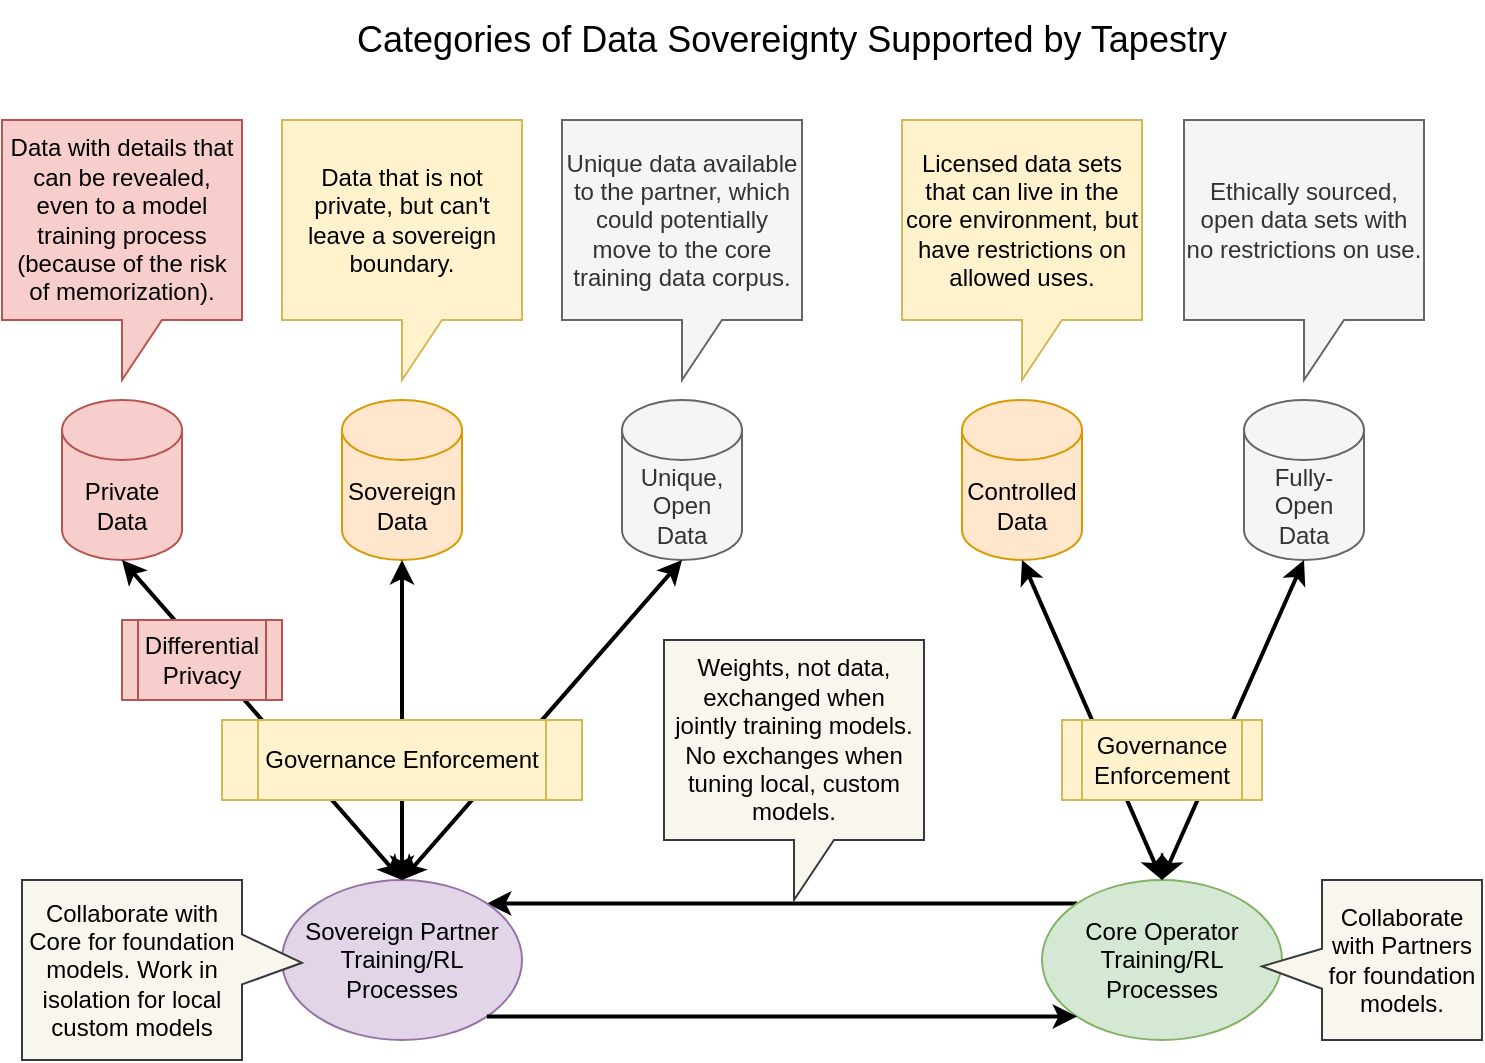
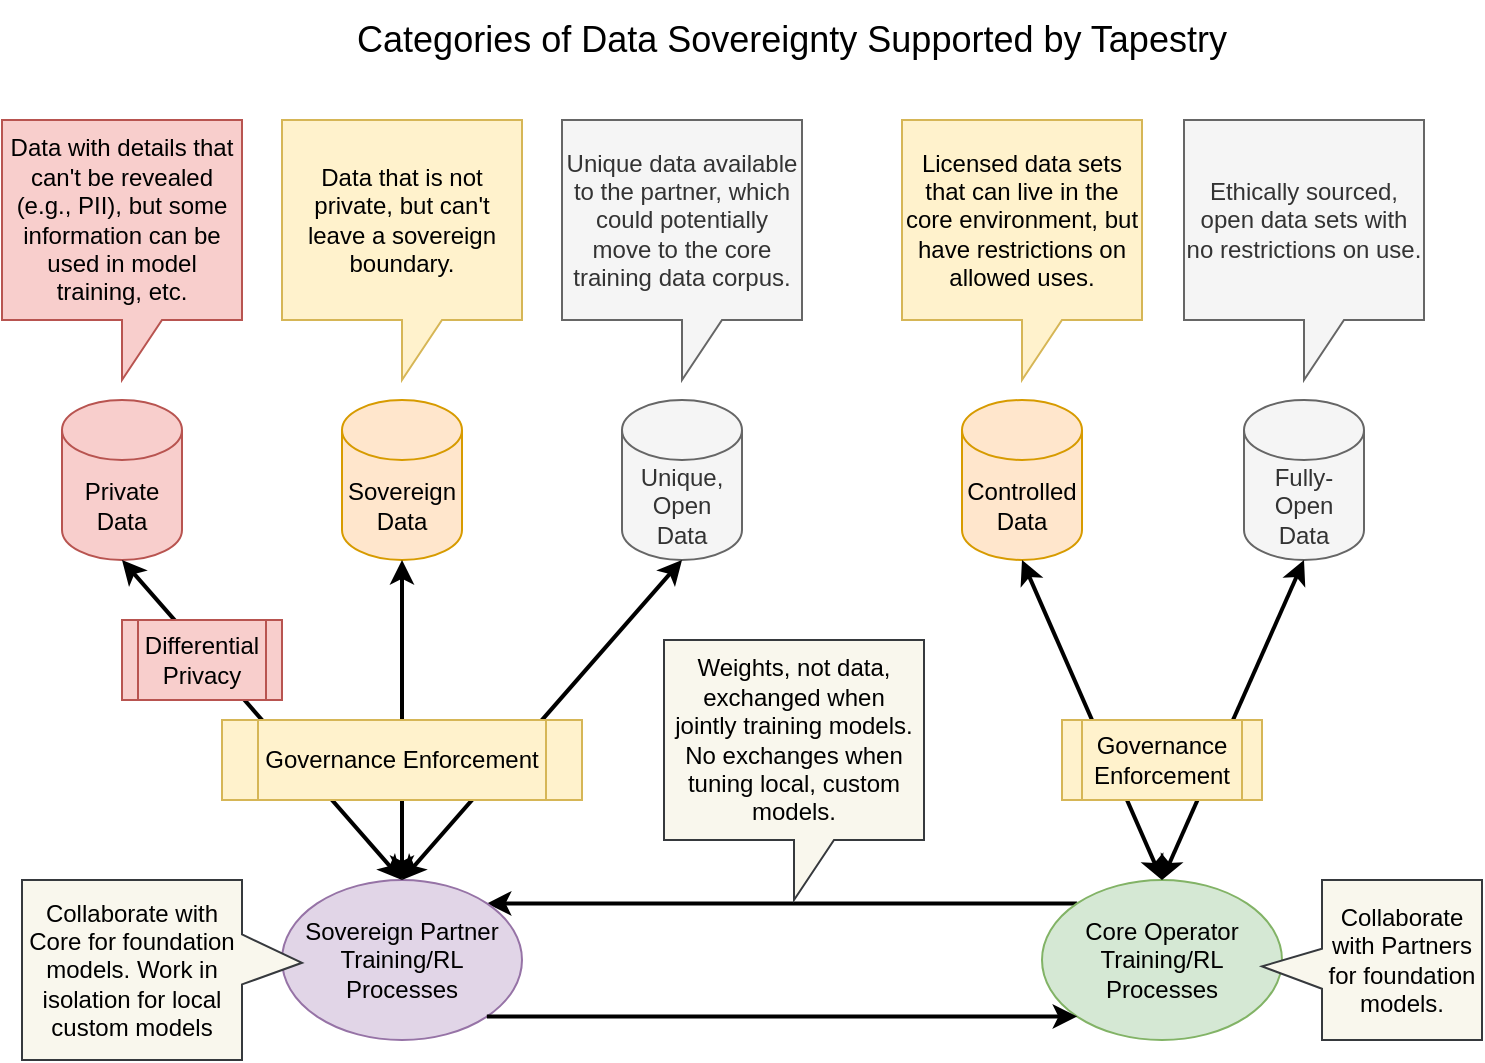
<mxfile host="Electron">
  <diagram name="Page-1" id="5GKT-VihkCmrRgoHBOGI">
    <mxGraphModel dx="1926" dy="1206" grid="1" gridSize="10" guides="1" tooltips="1" connect="1" arrows="1" fold="1" page="1" pageScale="1" pageWidth="850" pageHeight="1100" math="0" shadow="0">
      <root>
        <mxCell id="0" />
        <mxCell id="1" parent="0" />
        <mxCell id="syFpzNw0Nt3ccXYTVD9k-30" edge="1" parent="1" source="syFpzNw0Nt3ccXYTVD9k-2" style="edgeStyle=none;rounded=0;orthogonalLoop=1;jettySize=auto;html=1;exitX=0;exitY=0;exitDx=0;exitDy=0;entryX=1;entryY=0;entryDx=0;entryDy=0;strokeWidth=2;" target="syFpzNw0Nt3ccXYTVD9k-3">
          <mxGeometry relative="1" as="geometry" />
        </mxCell>
        <mxCell id="syFpzNw0Nt3ccXYTVD9k-2" parent="1" style="ellipse;whiteSpace=wrap;html=1;fillColor=#d5e8d4;strokeColor=#82b366;" value="Core Operator Training/RL Processes" vertex="1">
          <mxGeometry height="80" width="120" x="580" y="480" as="geometry" />
        </mxCell>
        <mxCell id="syFpzNw0Nt3ccXYTVD9k-3" parent="1" style="ellipse;whiteSpace=wrap;html=1;fillColor=#e1d5e7;strokeColor=#9673a6;" value="Sovereign Partner Training/RL Processes" vertex="1">
          <mxGeometry height="80" width="120" x="200" y="480" as="geometry" />
        </mxCell>
        <mxCell id="syFpzNw0Nt3ccXYTVD9k-4" parent="1" style="shape=cylinder3;whiteSpace=wrap;html=1;boundedLbl=1;backgroundOutline=1;size=15;fillColor=#f8cecc;strokeColor=#b85450;" value="Private&lt;div&gt;Data&lt;/div&gt;" vertex="1">
          <mxGeometry height="80" width="60" x="90" y="240" as="geometry" />
        </mxCell>
        <mxCell id="syFpzNw0Nt3ccXYTVD9k-6" edge="1" parent="1" source="syFpzNw0Nt3ccXYTVD9k-3" style="endArrow=classic;startArrow=classic;html=1;rounded=0;entryX=0.5;entryY=1;entryDx=0;entryDy=0;entryPerimeter=0;exitX=0.5;exitY=0;exitDx=0;exitDy=0;strokeWidth=2;" target="syFpzNw0Nt3ccXYTVD9k-4" value="">
          <mxGeometry height="50" relative="1" width="50" as="geometry">
            <mxPoint x="420" y="500" as="sourcePoint" />
            <mxPoint x="470" y="450" as="targetPoint" />
          </mxGeometry>
        </mxCell>
        <mxCell id="syFpzNw0Nt3ccXYTVD9k-5" parent="1" style="shape=process;whiteSpace=wrap;html=1;backgroundOutline=1;fillColor=#f8cecc;strokeColor=#b85450;" value="Differential Privacy" vertex="1">
          <mxGeometry height="40" width="80" x="120" y="350" as="geometry" />
        </mxCell>
        <mxCell id="syFpzNw0Nt3ccXYTVD9k-7" parent="1" style="shape=cylinder3;whiteSpace=wrap;html=1;boundedLbl=1;backgroundOutline=1;size=15;fillColor=#ffe6cc;strokeColor=#d79b00;" value="Sovereign Data" vertex="1">
          <mxGeometry height="80" width="60" x="230" y="240" as="geometry" />
        </mxCell>
        <mxCell id="syFpzNw0Nt3ccXYTVD9k-8" edge="1" parent="1" source="syFpzNw0Nt3ccXYTVD9k-3" style="endArrow=classic;startArrow=classic;html=1;rounded=0;entryX=0.5;entryY=1;entryDx=0;entryDy=0;entryPerimeter=0;exitX=0.5;exitY=0;exitDx=0;exitDy=0;strokeWidth=2;" target="syFpzNw0Nt3ccXYTVD9k-7" value="">
          <mxGeometry height="50" relative="1" width="50" as="geometry">
            <mxPoint x="260" y="440" as="sourcePoint" />
            <mxPoint x="570" y="450" as="targetPoint" />
          </mxGeometry>
        </mxCell>
        <mxCell id="syFpzNw0Nt3ccXYTVD9k-10" parent="1" style="shape=cylinder3;whiteSpace=wrap;html=1;boundedLbl=1;backgroundOutline=1;size=15;fillColor=#f5f5f5;strokeColor=#666666;fontColor=#333333;" value="Unique, Open Data" vertex="1">
          <mxGeometry height="80" width="60" x="370" y="240" as="geometry" />
        </mxCell>
        <mxCell id="syFpzNw0Nt3ccXYTVD9k-11" edge="1" parent="1" source="syFpzNw0Nt3ccXYTVD9k-3" style="endArrow=classic;startArrow=classic;html=1;rounded=0;entryX=0.5;entryY=1;entryDx=0;entryDy=0;entryPerimeter=0;exitX=0.5;exitY=0;exitDx=0;exitDy=0;strokeWidth=2;" target="syFpzNw0Nt3ccXYTVD9k-10" value="">
          <mxGeometry height="50" relative="1" width="50" as="geometry">
            <mxPoint x="310" y="460" as="sourcePoint" />
            <mxPoint x="660" y="470" as="targetPoint" />
          </mxGeometry>
        </mxCell>
-         <mxCell id="syFpzNw0Nt3ccXYTVD9k-12" parent="1" style="shape=callout;whiteSpace=wrap;html=1;perimeter=calloutPerimeter;fillColor=#f8cecc;strokeColor=#b85450;" value="Data with details that can be revealed, even to a model training process (because of the risk of memorization)." vertex="1">
+         <mxCell id="syFpzNw0Nt3ccXYTVD9k-12" parent="1" style="shape=callout;whiteSpace=wrap;html=1;perimeter=calloutPerimeter;fillColor=#f8cecc;strokeColor=#b85450;" value="Data with details that can&#39;t be revealed (e.g., PII), but some information can be used in model training, etc." vertex="1">
          <mxGeometry height="130" width="120" x="60" y="100" as="geometry" />
        </mxCell>
        <mxCell id="syFpzNw0Nt3ccXYTVD9k-13" parent="1" style="shape=callout;whiteSpace=wrap;html=1;perimeter=calloutPerimeter;fillColor=#fff2cc;strokeColor=#d6b656;" value="Data that is not private, but can&#39;t leave a sovereign boundary." vertex="1">
          <mxGeometry height="130" width="120" x="200" y="100" as="geometry" />
        </mxCell>
        <mxCell id="syFpzNw0Nt3ccXYTVD9k-14" parent="1" style="shape=callout;whiteSpace=wrap;html=1;perimeter=calloutPerimeter;fillColor=#f5f5f5;strokeColor=#666666;fontColor=#333333;" value="Unique data available to the partner, which could potentially move to the core training data corpus." vertex="1">
          <mxGeometry height="130" width="120" x="340" y="100" as="geometry" />
        </mxCell>
        <mxCell id="syFpzNw0Nt3ccXYTVD9k-15" parent="1" style="shape=cylinder3;whiteSpace=wrap;html=1;boundedLbl=1;backgroundOutline=1;size=15;fillColor=#f5f5f5;strokeColor=#666666;fontColor=#333333;" value="Fully- Open Data" vertex="1">
          <mxGeometry height="80" width="60" x="681" y="240" as="geometry" />
        </mxCell>
        <mxCell id="syFpzNw0Nt3ccXYTVD9k-16" parent="1" style="shape=callout;whiteSpace=wrap;html=1;perimeter=calloutPerimeter;fillColor=#f5f5f5;strokeColor=#666666;fontColor=#333333;" value="Ethically sourced, open data sets with no restrictions on use." vertex="1">
          <mxGeometry height="130" width="120" x="651" y="100" as="geometry" />
        </mxCell>
        <mxCell id="syFpzNw0Nt3ccXYTVD9k-17" parent="1" style="shape=cylinder3;whiteSpace=wrap;html=1;boundedLbl=1;backgroundOutline=1;size=15;fillColor=#ffe6cc;strokeColor=#d79b00;" value="Controlled Data" vertex="1">
          <mxGeometry height="80" width="60" x="540" y="240" as="geometry" />
        </mxCell>
        <mxCell id="syFpzNw0Nt3ccXYTVD9k-18" edge="1" parent="1" source="syFpzNw0Nt3ccXYTVD9k-2" style="endArrow=classic;startArrow=classic;html=1;rounded=0;entryX=0.5;entryY=1;entryDx=0;entryDy=0;entryPerimeter=0;exitX=0.5;exitY=0;exitDx=0;exitDy=0;strokeWidth=2;" target="syFpzNw0Nt3ccXYTVD9k-17" value="">
          <mxGeometry height="50" relative="1" width="50" as="geometry">
            <mxPoint x="550" y="400" as="sourcePoint" />
            <mxPoint x="860" y="450" as="targetPoint" />
          </mxGeometry>
        </mxCell>
        <mxCell id="syFpzNw0Nt3ccXYTVD9k-19" parent="1" style="shape=callout;whiteSpace=wrap;html=1;perimeter=calloutPerimeter;fillColor=#fff2cc;strokeColor=#d6b656;" value="Licensed data sets that can live in the core environment, but have restrictions on allowed uses." vertex="1">
          <mxGeometry height="130" width="120" x="510" y="100" as="geometry" />
        </mxCell>
        <mxCell id="syFpzNw0Nt3ccXYTVD9k-20" edge="1" parent="1" source="syFpzNw0Nt3ccXYTVD9k-2" style="endArrow=classic;startArrow=classic;html=1;rounded=0;entryX=0.5;entryY=1;entryDx=0;entryDy=0;entryPerimeter=0;exitX=0.5;exitY=0;exitDx=0;exitDy=0;strokeWidth=2;" target="syFpzNw0Nt3ccXYTVD9k-15" value="">
          <mxGeometry height="50" relative="1" width="50" as="geometry">
            <mxPoint x="780" y="420" as="sourcePoint" />
            <mxPoint x="710" y="340" as="targetPoint" />
          </mxGeometry>
        </mxCell>
        <mxCell id="syFpzNw0Nt3ccXYTVD9k-21" parent="1" style="shape=process;whiteSpace=wrap;html=1;backgroundOutline=1;fillColor=#fff2cc;strokeColor=#d6b656;" value="Governance Enforcement" vertex="1">
          <mxGeometry height="40" width="180" x="170" y="400" as="geometry" />
        </mxCell>
        <mxCell id="syFpzNw0Nt3ccXYTVD9k-22" parent="1" style="shape=process;whiteSpace=wrap;html=1;backgroundOutline=1;fillColor=#fff2cc;strokeColor=#d6b656;" value="Governance Enforcement" vertex="1">
          <mxGeometry height="40" width="100" x="590" y="400" as="geometry" />
        </mxCell>
        <mxCell id="syFpzNw0Nt3ccXYTVD9k-24" parent="1" style="text;html=1;whiteSpace=wrap;strokeColor=none;fillColor=none;align=center;verticalAlign=middle;rounded=0;autosize=1;resizable=0;" value="&lt;font style=&quot;font-size: 18px;&quot;&gt;Categories of Data Sovereignty Supported by Tapestry&lt;/font&gt;" vertex="1">
          <mxGeometry height="40" width="460" x="225" y="40" as="geometry" />
        </mxCell>
        <mxCell id="syFpzNw0Nt3ccXYTVD9k-31" edge="1" parent="1" source="syFpzNw0Nt3ccXYTVD9k-3" style="edgeStyle=none;rounded=0;orthogonalLoop=1;jettySize=auto;html=1;exitX=1;exitY=1;exitDx=0;exitDy=0;entryX=0;entryY=1;entryDx=0;entryDy=0;strokeWidth=2;" target="syFpzNw0Nt3ccXYTVD9k-2">
          <mxGeometry relative="1" as="geometry">
            <mxPoint x="676" y="580" as="sourcePoint" />
            <mxPoint x="360" y="580" as="targetPoint" />
          </mxGeometry>
        </mxCell>
        <mxCell id="syFpzNw0Nt3ccXYTVD9k-33" parent="1" style="shape=callout;whiteSpace=wrap;html=1;perimeter=calloutPerimeter;fillColor=#f9f7ed;strokeColor=#36393d;" value="&lt;span style=&quot;color: rgb(0, 0, 0);&quot;&gt;Weights, not data, exchanged when&lt;/span&gt;&lt;div style=&quot;color: rgb(0, 0, 0);&quot;&gt;jointly training models. No exchanges when tuning local, custom models.&lt;/div&gt;" vertex="1">
          <mxGeometry height="130" width="130" x="391" y="360" as="geometry" />
        </mxCell>
        <mxCell id="syFpzNw0Nt3ccXYTVD9k-35" parent="1" style="shape=callout;whiteSpace=wrap;html=1;perimeter=calloutPerimeter;position2=0.54;direction=north;size=30;position=0.42;fillColor=#f9f7ed;strokeColor=#36393d;base=25;" value="Collaborate with Core for foundation models. Work in isolation for local custom models" vertex="1">
          <mxGeometry height="90" width="140" x="70" y="480" as="geometry" />
        </mxCell>
        <mxCell id="syFpzNw0Nt3ccXYTVD9k-36" parent="1" style="shape=callout;whiteSpace=wrap;html=1;perimeter=calloutPerimeter;position2=0.54;direction=south;size=30;position=0.43;fillColor=#f9f7ed;strokeColor=#36393d;base=20;" value="Collaborate with Partners for foundation models." vertex="1">
          <mxGeometry height="80" width="110" x="690" y="480" as="geometry" />
        </mxCell>
      </root>
    </mxGraphModel>
  </diagram>
</mxfile>
